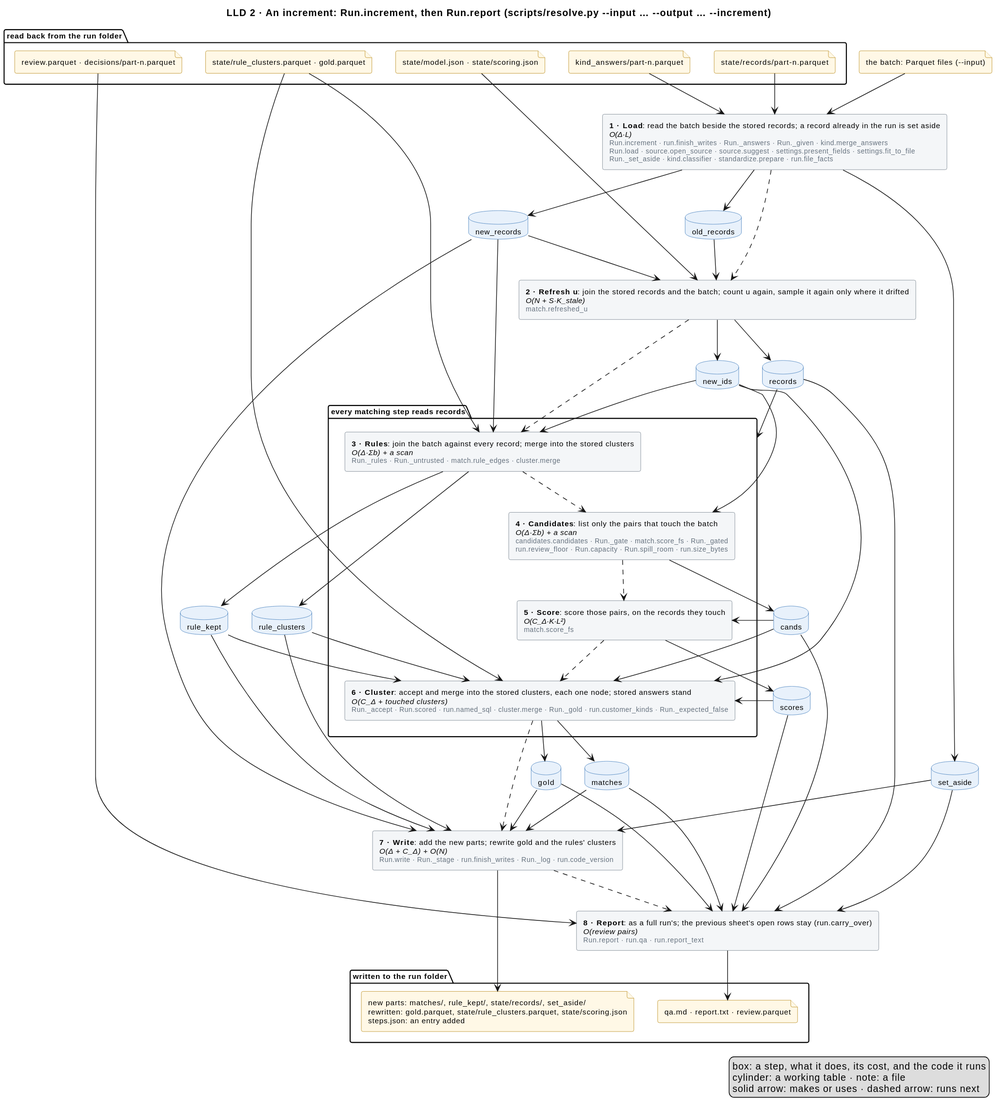
Before: docs/diagrams/increment.svg, a diagram exported from PlantUML (mvsbm/entity_matching).
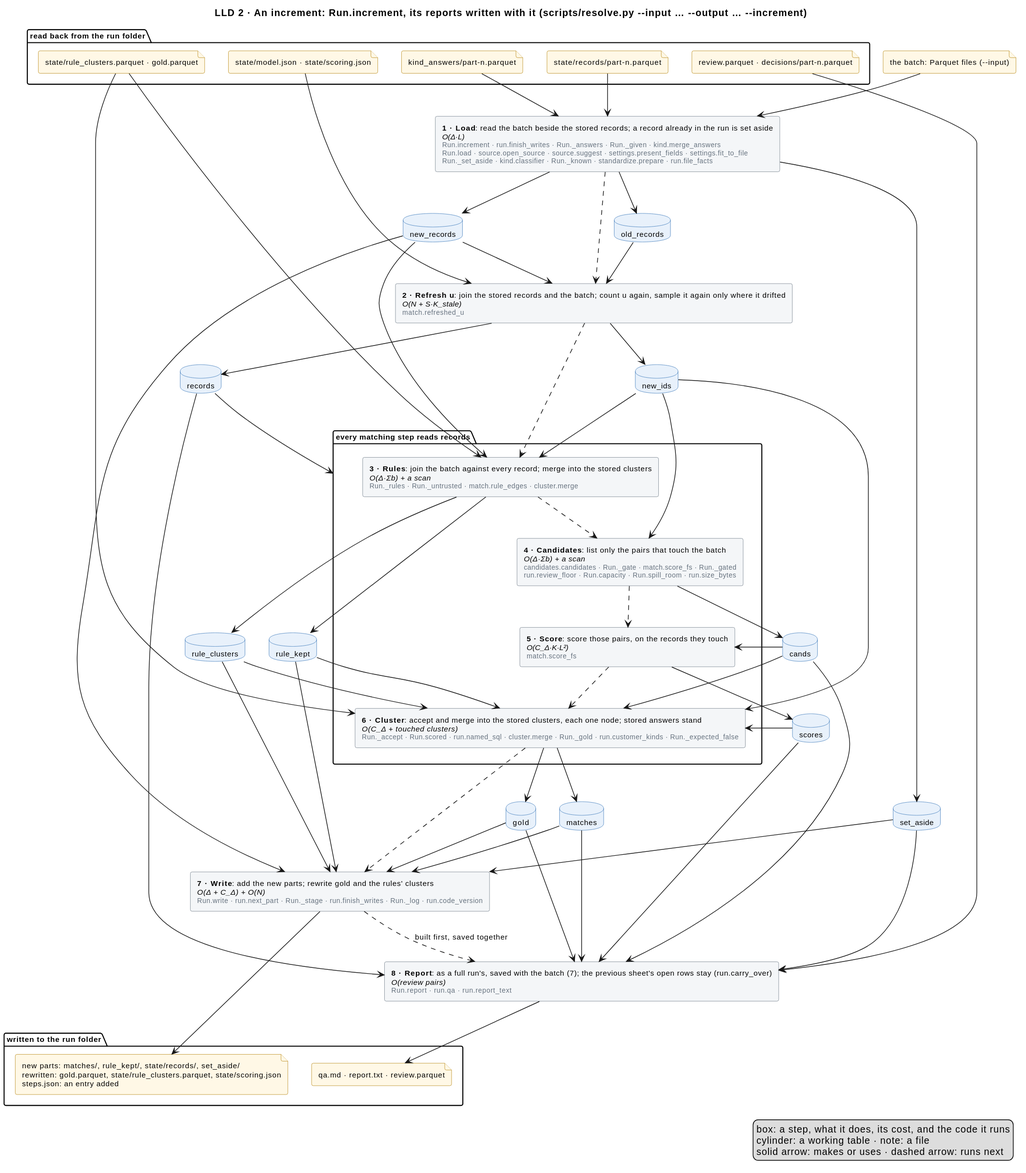
After the change.

The edit, as a diff of the source:
```diff
@@ -1,5 +1,5 @@
 @startuml
-title LLD 2 · An increment: Run.increment, then Run.report (scripts/resolve.py ~--input … ~--output … ~--increment)
+title LLD 2 · An increment: Run.increment, its reports written with it (scripts/resolve.py ~--input … ~--output … ~--increment)
 skinparam defaultFontSize 11
 skinparam rectangle {
   BackgroundColor #F4F6F8
@@ -24,7 +24,7 @@
 file "the batch: Parquet files (~--input)" as f_batch
 
 
-rectangle "<b>1 · Load</b>: read the batch beside the stored records; a record already in the run is set aside\n<i>O(Δ·L)</i>\n<size:10><color:#65717E>Run.increment · run.finish_writes · Run._answers · Run._given · kind.merge_answers</color></size>\n<size:10><color:#65717E>Run.load · source.open_source · source.suggest · settings.present_fields · settings.fit_to_file</color></size>\n<size:10><color:#65717E>Run._set_aside · kind.classifier · standardize.prepare · run.file_facts</color></size>" as load
+rectangle "<b>1 · Load</b>: read the batch beside the stored records; a record already in the run is set aside\n<i>O(Δ·L)</i>\n<size:10><color:#65717E>Run.increment · run.finish_writes · Run._answers · Run._given · kind.merge_answers</color></size>\n<size:10><color:#65717E>Run.load · source.open_source · source.suggest · settings.present_fields · settings.fit_to_file</color></size>\n<size:10><color:#65717E>Run._set_aside · kind.classifier · Run._known · standardize.prepare · run.file_facts</color></size>" as load
 rectangle "<b>2 · Refresh u</b>: join the stored records and the batch; count u again, sample it again only where it drifted\n<i>O(N + S·K_stale)</i>\n<size:10><color:#65717E>match.refreshed_u</color></size>" as fit
 package "every matching step reads records" as matching {
   rectangle "<b>3 · Rules</b>: join the batch against every record; merge into the stored clusters\n<i>O(Δ·Σb) + a scan</i>\n<size:10><color:#65717E>Run._rules · Run._untrusted · match.rule_edges · cluster.merge</color></size>" as rules
@@ -32,8 +32,8 @@
   rectangle "<b>5 · Score</b>: score those pairs, on the records they touch\n<i>O(C_Δ·K·L²)</i>\n<size:10><color:#65717E>match.score_fs</color></size>" as score
   rectangle "<b>6 · Cluster</b>: accept and merge into the stored clusters, each one node; stored answers stand\n<i>O(C_Δ + touched clusters)</i>\n<size:10><color:#65717E>Run._accept · Run.scored · run.named_sql · cluster.merge · Run._gold · run.customer_kinds · Run._expected_false</color></size>" as cluster
 }
-rectangle "<b>7 · Write</b>: add the new parts; rewrite gold and the rules' clusters\n<i>O(Δ + C_Δ) + O(N)</i>\n<size:10><color:#65717E>Run.write · Run._stage · run.finish_writes · Run._log · run.code_version</color></size>" as write
-rectangle "<b>8 · Report</b>: as a full run's; the previous sheet's open rows stay (run.carry_over)\n<i>O(review pairs)</i>\n<size:10><color:#65717E>Run.report · run.qa · run.report_text</color></size>" as report
+rectangle "<b>7 · Write</b>: add the new parts; rewrite gold and the rules' clusters\n<i>O(Δ + C_Δ) + O(N)</i>\n<size:10><color:#65717E>Run.write · run.next_part · Run._stage · run.finish_writes · Run._log · run.code_version</color></size>" as write
+rectangle "<b>8 · Report</b>: as a full run's, saved with the batch (7); the previous sheet's open rows stay (run.carry_over)\n<i>O(review pairs)</i>\n<size:10><color:#65717E>Run.report · run.qa · run.report_text</color></size>" as report
 database "old_records" as old_records
 database "new_records" as new_records
 database "set_aside" as set_aside
@@ -65,7 +65,7 @@
 candidates ..> score
 score ..> cluster
 cluster ..> write
-write ..> report
+write ..> report : built first, saved together
 
 load --> old_records
 load --> new_records
```
